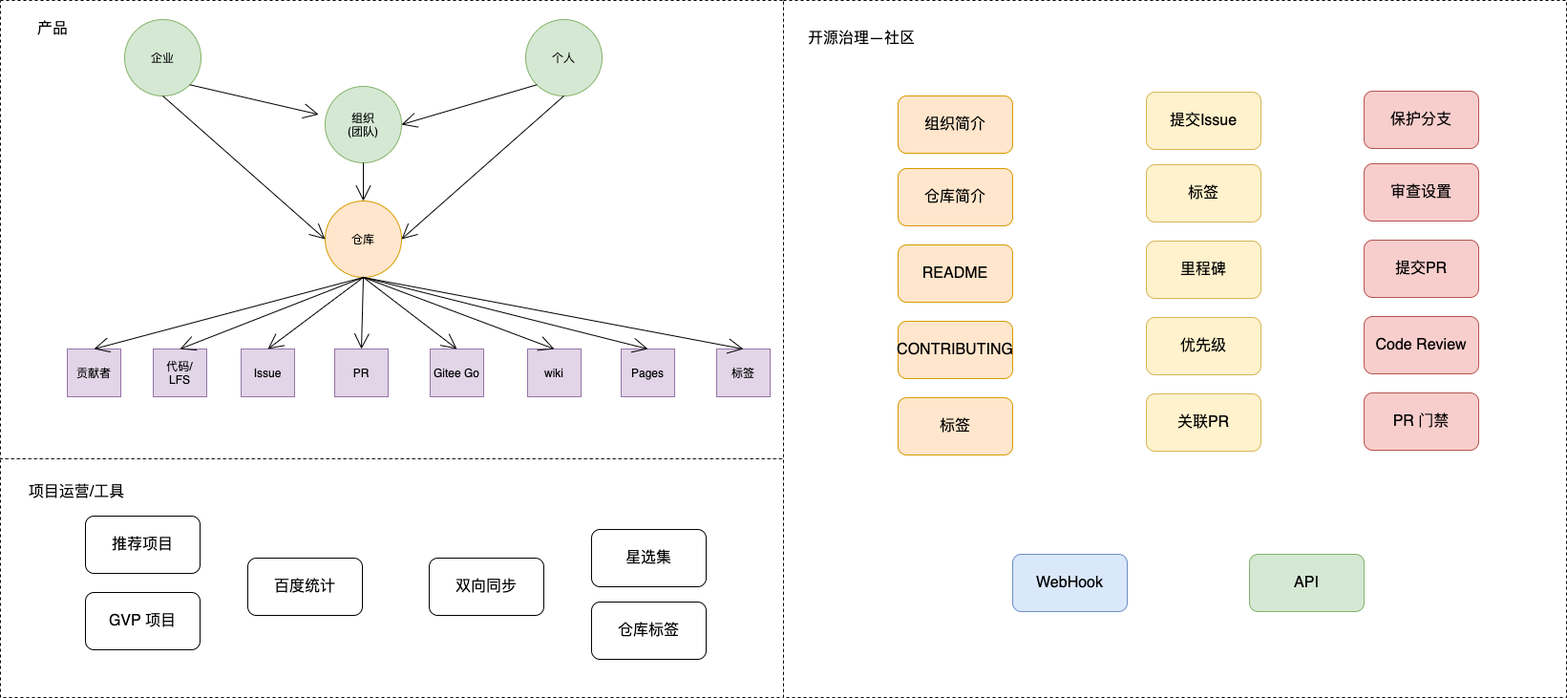
The draw.io diagram _data/Untitled Diagram.drawio.png in zhangliwen/blog, before a commit. Source tidied: cells renumbered, new cells last; positions are measured from the earlier drawing's top-left corner, leaving out a move shared by most shapes.
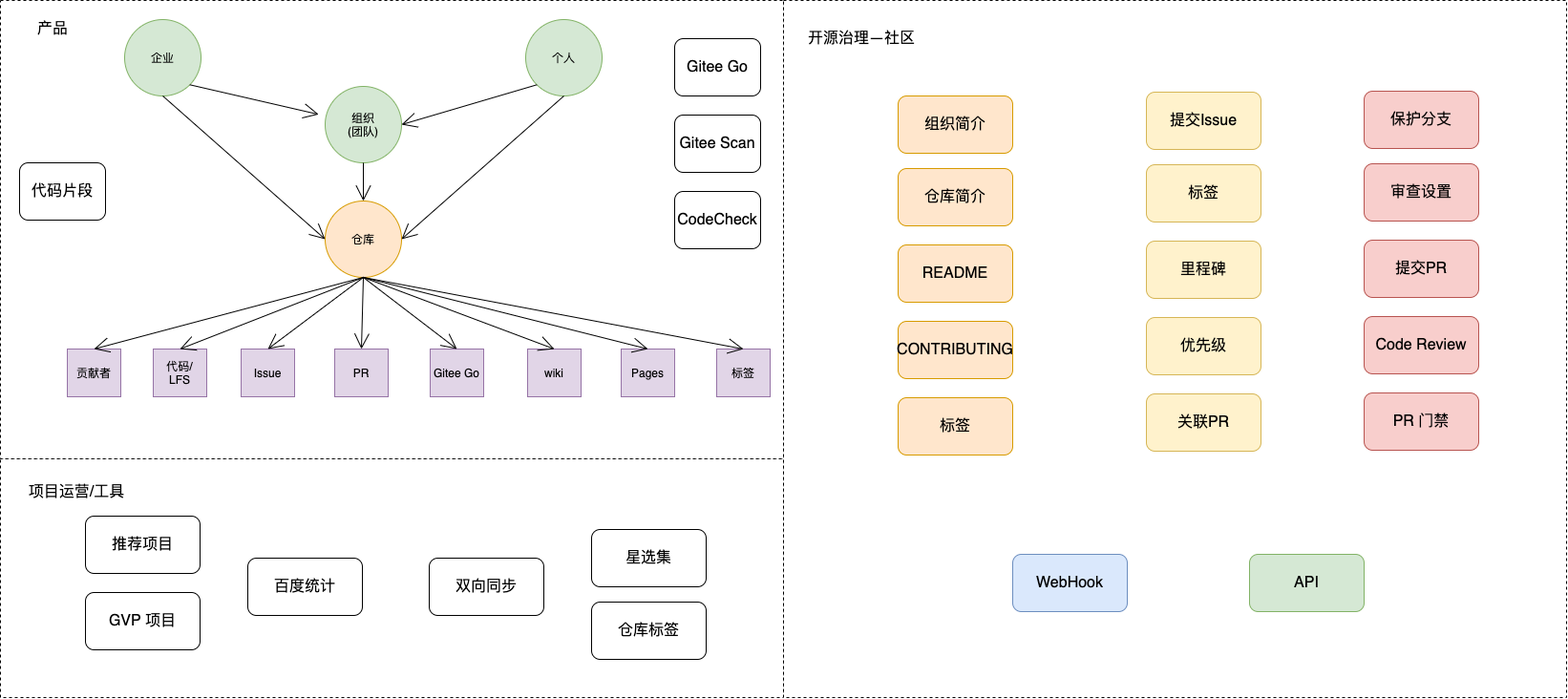
Above is the later version.

Diff of the diagram source:
```diff
@@ -92,6 +92,18 @@
     <mxCell id="31" value="产品" style="text;html=1;strokeColor=none;fillColor=none;align=center;verticalAlign=middle;whiteSpace=wrap;rounded=0;dashed=1;hachureGap=4;fontSize=16;" parent="4" vertex="1">
       <mxGeometry width="110" height="60" as="geometry" />
     </mxCell>
+    <mxCell id="58" value="代码片段" style="rounded=1;whiteSpace=wrap;html=1;hachureGap=4;fontSize=16;" parent="4" vertex="1">
+      <mxGeometry x="20" y="170" width="90" height="60" as="geometry" />
+    </mxCell>
+    <mxCell id="59" value="CodeCheck" style="rounded=1;whiteSpace=wrap;html=1;hachureGap=4;fontSize=16;" parent="4" vertex="1">
+      <mxGeometry x="706" y="200" width="90" height="60" as="geometry" />
+    </mxCell>
+    <mxCell id="60" value="Gitee Go" style="rounded=1;whiteSpace=wrap;html=1;hachureGap=4;fontSize=16;" parent="4" vertex="1">
+      <mxGeometry x="706" y="40" width="90" height="60" as="geometry" />
+    </mxCell>
+    <mxCell id="61" value="Gitee Scan" style="rounded=1;whiteSpace=wrap;html=1;hachureGap=4;fontSize=16;" parent="4" vertex="1">
+      <mxGeometry x="706" y="120" width="90" height="60" as="geometry" />
+    </mxCell>
     <mxCell id="32" style="rounded=0;whiteSpace=wrap;html=1;hachureGap=4;dashed=1;" parent="1" vertex="1">
       <mxGeometry x="820" width="820" height="730" as="geometry" />
     </mxCell>
```
